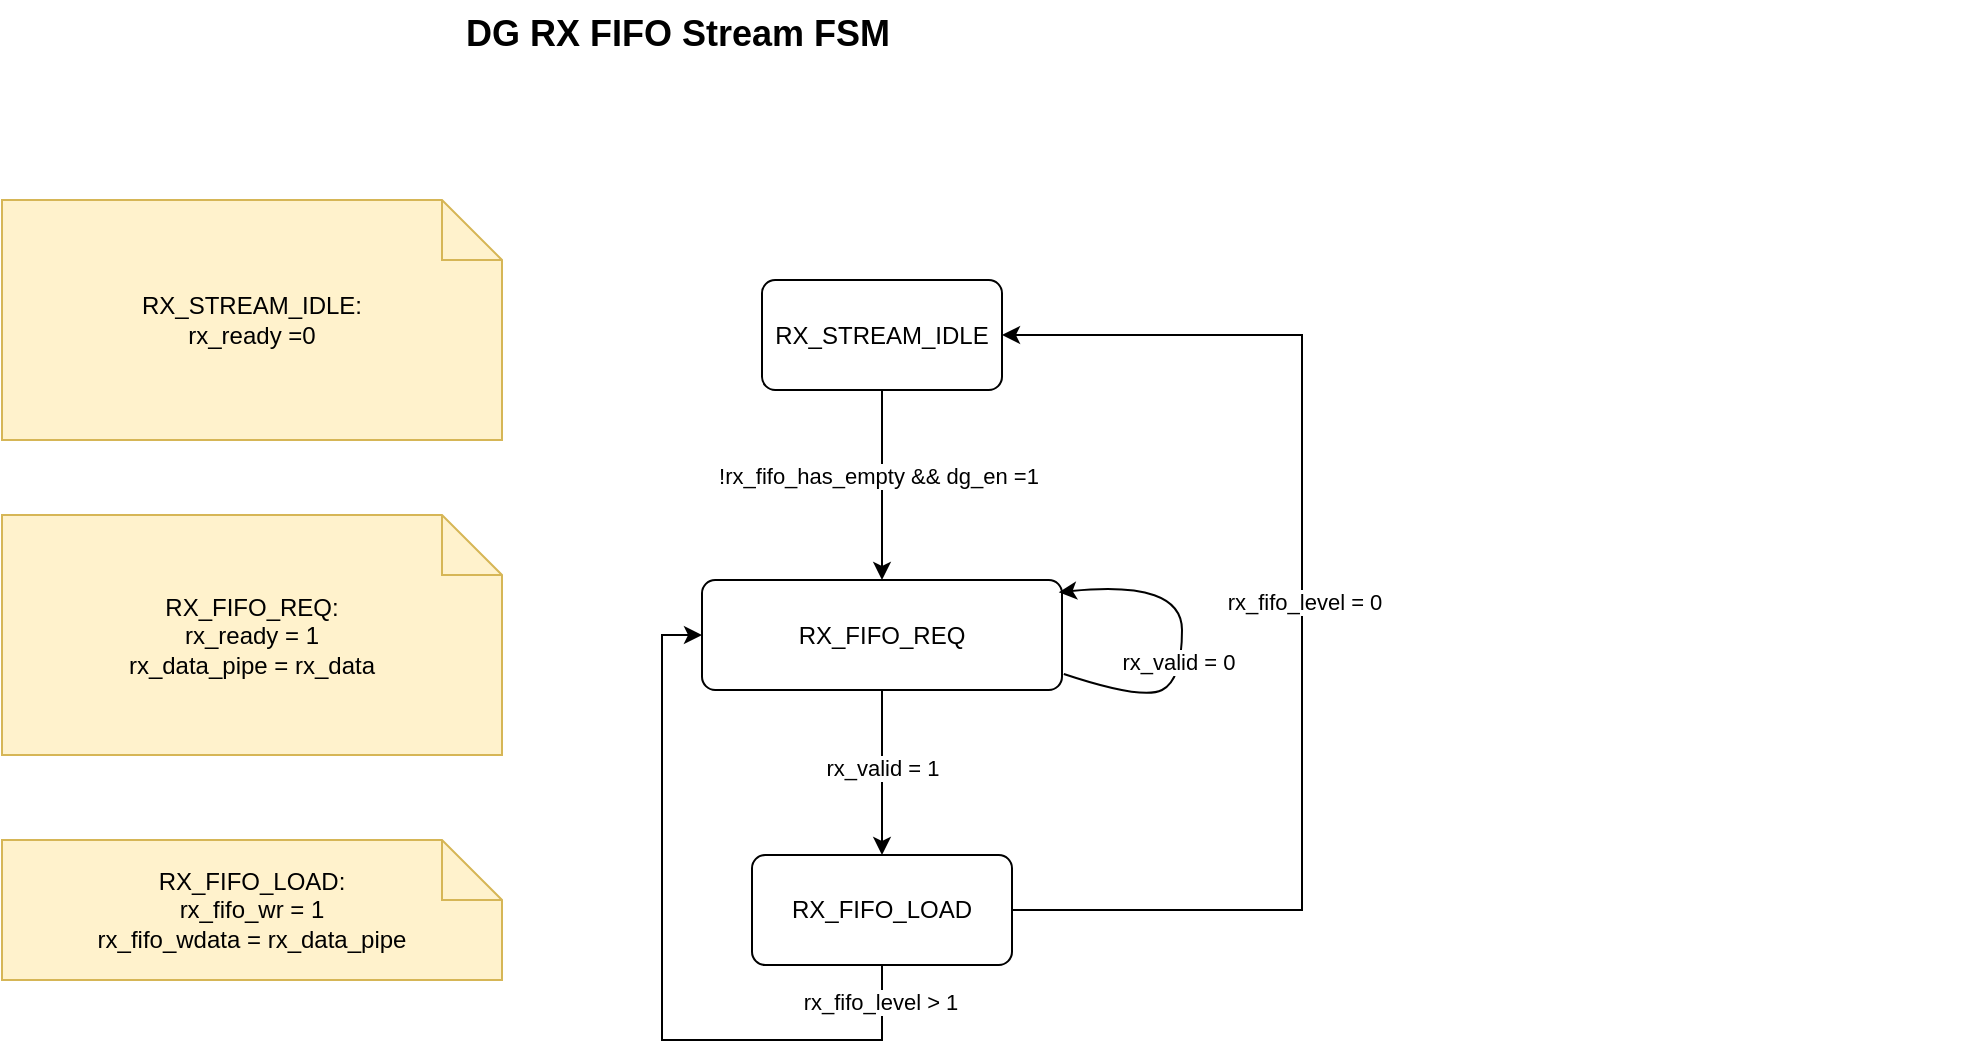
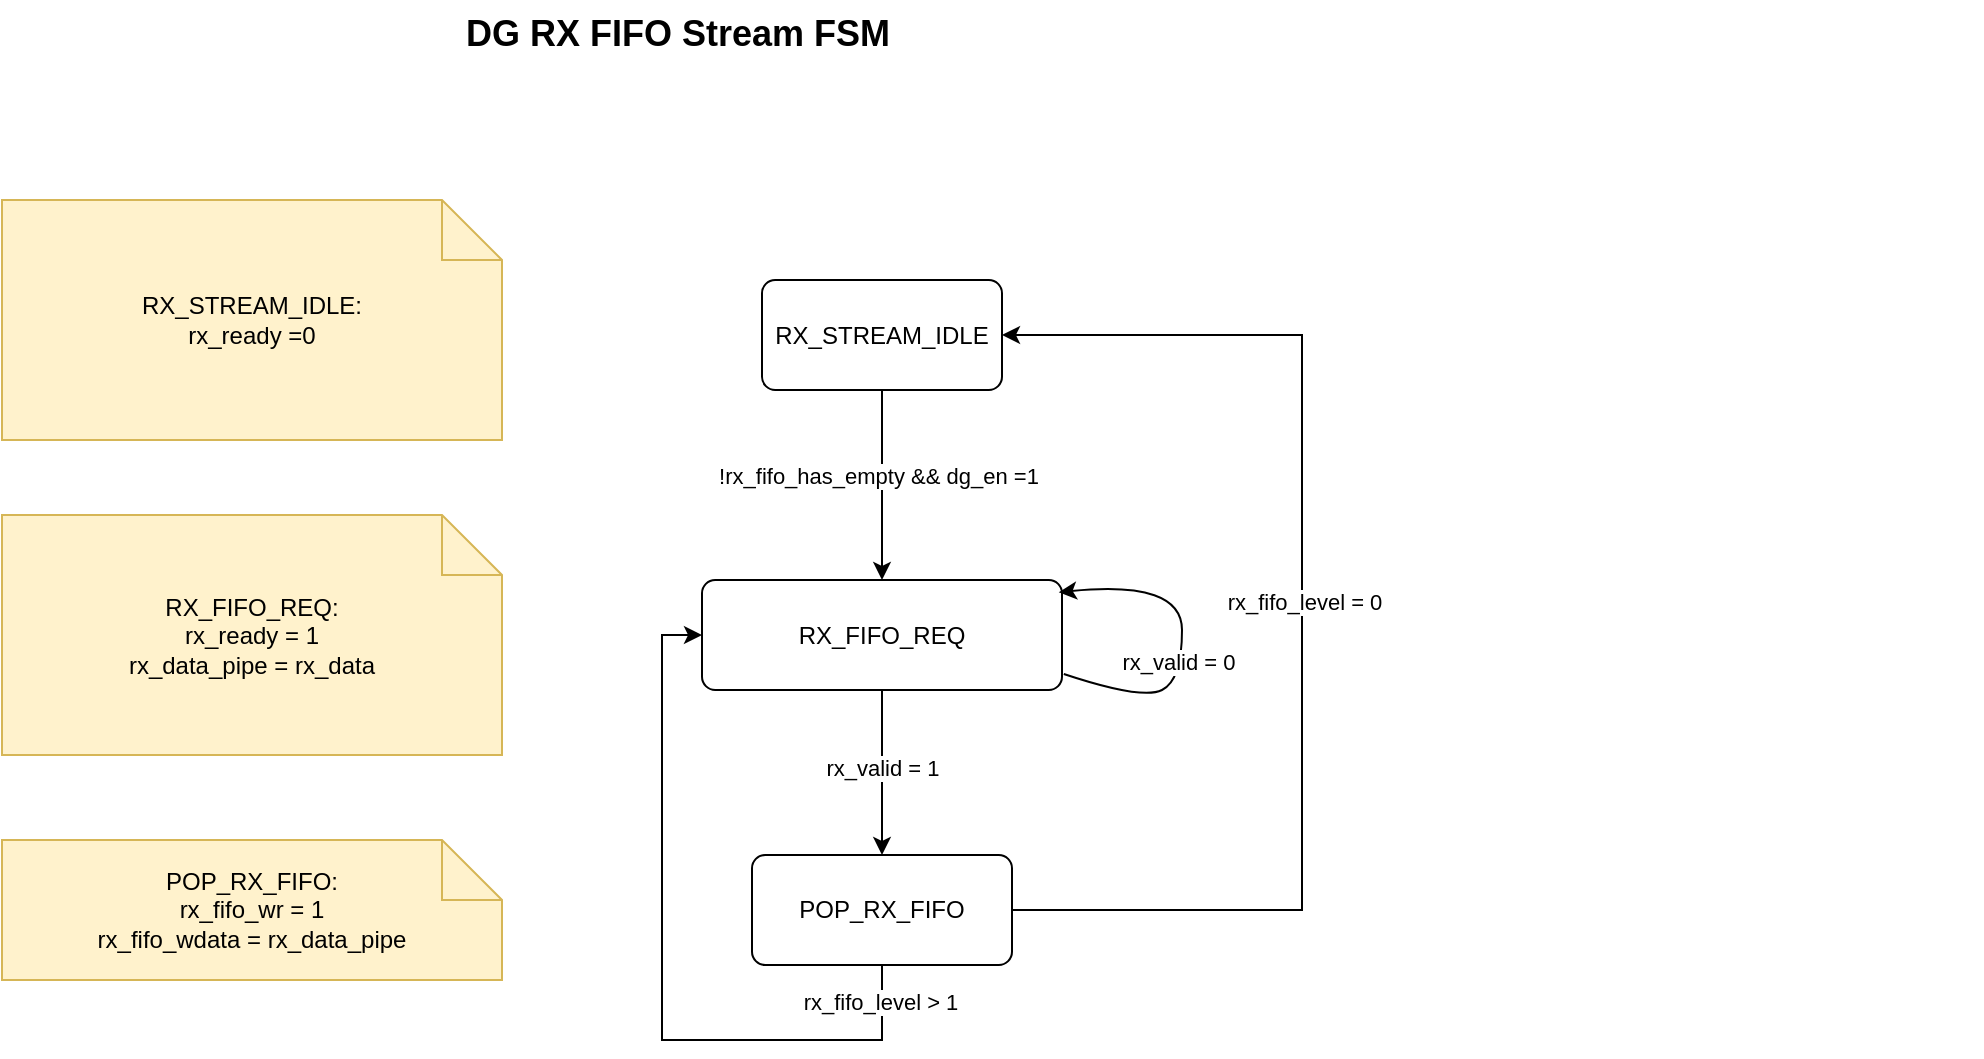
<mxfile host="app.diagrams.net">
  <diagram name="第 1 页" id="1fRNLwPgRf_CtldP1hrz">
    <mxGraphModel dx="-981" dy="380" grid="1" gridSize="10" guides="1" tooltips="1" connect="1" arrows="1" fold="1" page="1" pageScale="1" pageWidth="827" pageHeight="1169" math="0" shadow="0">
      <root>
        <mxCell id="0" />
        <mxCell id="1" parent="0" />
        <mxCell id="M1j7goV4bkzS5Lg1R7Bt-28" parent="1" style="text;html=1;strokeColor=none;fillColor=none;fontSize=18;fontStyle=1;" value="DG RX FIFO Stream FSM&amp;nbsp;&amp;nbsp;" vertex="1">
          <mxGeometry height="40" width="760" x="2040" y="130" as="geometry" />
        </mxCell>
        <mxCell id="M1j7goV4bkzS5Lg1R7Bt-29" parent="1" style="rounded=1;whiteSpace=wrap;html=1;arcSize=12;fillColor=#ffffff;strokeColor=#000000;" value="RX_STREAM_IDLE" vertex="1">
          <mxGeometry height="55" width="120" x="2190" y="270" as="geometry" />
        </mxCell>
        <mxCell id="M1j7goV4bkzS5Lg1R7Bt-30" parent="1" style="rounded=1;whiteSpace=wrap;html=1;arcSize=12;fillColor=#ffffff;strokeColor=#000000;" value="RX_FIFO_REQ" vertex="1">
          <mxGeometry height="55" width="180" x="2160" y="420" as="geometry" />
        </mxCell>
        <mxCell id="M1j7goV4bkzS5Lg1R7Bt-31" edge="1" parent="1" source="M1j7goV4bkzS5Lg1R7Bt-29" style="endArrow=classic;html=1;rounded=0;exitX=0.5;exitY=1;exitDx=0;exitDy=0;entryX=0.5;entryY=0;entryDx=0;entryDy=0;" target="M1j7goV4bkzS5Lg1R7Bt-30" value="">
          <mxGeometry height="50" relative="1" width="50" as="geometry">
            <mxPoint x="2270" y="390" as="sourcePoint" />
            <mxPoint x="2320" y="340" as="targetPoint" />
          </mxGeometry>
        </mxCell>
        <mxCell id="M1j7goV4bkzS5Lg1R7Bt-32" connectable="0" parent="M1j7goV4bkzS5Lg1R7Bt-31" style="edgeLabel;html=1;align=center;verticalAlign=middle;resizable=0;points=[];" value="!rx_fifo_has_empty &amp;amp;&amp;amp; dg_en =1" vertex="1">
          <mxGeometry relative="1" x="-0.0927" y="-2" as="geometry">
            <mxPoint as="offset" />
          </mxGeometry>
        </mxCell>
        <mxCell id="M1j7goV4bkzS5Lg1R7Bt-33" parent="1" style="shape=note;whiteSpace=wrap;html=1;fillColor=#fff2cc;strokeColor=#d6b656;" value="RX_FIFO_REQ:&lt;div&gt;r&lt;span style=&quot;background-color: transparent;&quot;&gt;x_ready = 1&lt;/span&gt;&lt;/div&gt;&lt;div&gt;&lt;span style=&quot;background-color: transparent;&quot;&gt;rx_data_pipe = rx_data&lt;/span&gt;&lt;/div&gt;" vertex="1">
          <mxGeometry height="120" width="250" x="1810" y="387.5" as="geometry" />
        </mxCell>
-         <mxCell id="M1j7goV4bkzS5Lg1R7Bt-34" parent="1" style="rounded=1;whiteSpace=wrap;html=1;arcSize=12;fillColor=#ffffff;strokeColor=#000000;" value="RX_FIFO_LOAD" vertex="1">
+         <mxCell id="M1j7goV4bkzS5Lg1R7Bt-34" parent="1" style="rounded=1;whiteSpace=wrap;html=1;arcSize=12;fillColor=#ffffff;strokeColor=#000000;" value="POP_RX_FIFO" vertex="1">
          <mxGeometry height="55" width="130" x="2185" y="557.5" as="geometry" />
        </mxCell>
        <mxCell id="M1j7goV4bkzS5Lg1R7Bt-35" edge="1" parent="1" source="M1j7goV4bkzS5Lg1R7Bt-30" style="endArrow=classic;html=1;rounded=0;exitX=0.5;exitY=1;exitDx=0;exitDy=0;entryX=0.5;entryY=0;entryDx=0;entryDy=0;" target="M1j7goV4bkzS5Lg1R7Bt-34" value="">
          <mxGeometry height="50" relative="1" width="50" as="geometry">
            <mxPoint x="2260" y="540" as="sourcePoint" />
            <mxPoint x="2310" y="490" as="targetPoint" />
          </mxGeometry>
        </mxCell>
        <mxCell id="M1j7goV4bkzS5Lg1R7Bt-36" connectable="0" parent="M1j7goV4bkzS5Lg1R7Bt-35" style="edgeLabel;html=1;align=center;verticalAlign=middle;resizable=0;points=[];" value="rx_valid = 1" vertex="1">
          <mxGeometry relative="1" x="-0.0537" as="geometry">
            <mxPoint as="offset" />
          </mxGeometry>
        </mxCell>
-         <mxCell id="M1j7goV4bkzS5Lg1R7Bt-37" parent="1" style="shape=note;whiteSpace=wrap;html=1;fillColor=#fff2cc;strokeColor=#d6b656;" value="RX_FIFO_LOAD:&lt;div&gt;rx_fifo_wr = 1&lt;/div&gt;&lt;div&gt;rx_fifo_wdata = rx_data_pipe&lt;/div&gt;" vertex="1">
+         <mxCell id="M1j7goV4bkzS5Lg1R7Bt-37" parent="1" style="shape=note;whiteSpace=wrap;html=1;fillColor=#fff2cc;strokeColor=#d6b656;" value="POP_RX_FIFO:&lt;div&gt;rx_fifo_wr = 1&lt;/div&gt;&lt;div&gt;rx_fifo_wdata = rx_data_pipe&lt;/div&gt;" vertex="1">
          <mxGeometry height="70" width="250" x="1810" y="550" as="geometry" />
        </mxCell>
        <mxCell id="M1j7goV4bkzS5Lg1R7Bt-38" parent="1" style="shape=note;whiteSpace=wrap;html=1;fillColor=#fff2cc;strokeColor=#d6b656;" value="RX_STREAM_IDLE:&lt;div&gt;rx_ready =0&lt;/div&gt;" vertex="1">
          <mxGeometry height="120" width="250" x="1810" y="230" as="geometry" />
        </mxCell>
        <mxCell id="M1j7goV4bkzS5Lg1R7Bt-39" edge="1" parent="1" source="M1j7goV4bkzS5Lg1R7Bt-34" style="endArrow=classic;html=1;rounded=0;exitX=0.5;exitY=1;exitDx=0;exitDy=0;entryX=0;entryY=0.5;entryDx=0;entryDy=0;edgeStyle=orthogonalEdgeStyle;" target="M1j7goV4bkzS5Lg1R7Bt-30" value="">
          <mxGeometry height="50" relative="1" width="50" as="geometry">
            <Array as="points">
              <mxPoint x="2250" y="650" />
              <mxPoint x="2140" y="650" />
              <mxPoint x="2140" y="448" />
            </Array>
            <mxPoint x="2440" y="550" as="sourcePoint" />
            <mxPoint x="2490" y="500" as="targetPoint" />
          </mxGeometry>
        </mxCell>
        <mxCell id="M1j7goV4bkzS5Lg1R7Bt-40" connectable="0" parent="M1j7goV4bkzS5Lg1R7Bt-39" style="edgeLabel;html=1;align=center;verticalAlign=middle;resizable=0;points=[];" value="rx_fifo_level &amp;gt; 1" vertex="1">
          <mxGeometry relative="1" x="-0.9016" y="-1" as="geometry">
            <mxPoint as="offset" />
          </mxGeometry>
        </mxCell>
        <mxCell id="M1j7goV4bkzS5Lg1R7Bt-41" edge="1" parent="1" source="M1j7goV4bkzS5Lg1R7Bt-34" style="endArrow=classic;html=1;rounded=0;exitX=1;exitY=0.5;exitDx=0;exitDy=0;entryX=1;entryY=0.5;entryDx=0;entryDy=0;edgeStyle=orthogonalEdgeStyle;" target="M1j7goV4bkzS5Lg1R7Bt-29" value="">
          <mxGeometry height="50" relative="1" width="50" as="geometry">
            <Array as="points">
              <mxPoint x="2460" y="585" />
              <mxPoint x="2460" y="298" />
            </Array>
            <mxPoint x="2400" y="580" as="sourcePoint" />
            <mxPoint x="2450" y="530" as="targetPoint" />
          </mxGeometry>
        </mxCell>
        <mxCell id="M1j7goV4bkzS5Lg1R7Bt-42" connectable="0" parent="M1j7goV4bkzS5Lg1R7Bt-41" style="edgeLabel;html=1;align=center;verticalAlign=middle;resizable=0;points=[];" value="rx_fifo_level = 0" vertex="1">
          <mxGeometry relative="1" x="0.0267" y="-1" as="geometry">
            <mxPoint as="offset" />
          </mxGeometry>
        </mxCell>
        <mxCell id="M1j7goV4bkzS5Lg1R7Bt-55" edge="1" parent="1" source="M1j7goV4bkzS5Lg1R7Bt-30" style="curved=1;endArrow=classic;html=1;rounded=0;entryX=0.991;entryY=0.112;entryDx=0;entryDy=0;exitX=1.005;exitY=0.854;exitDx=0;exitDy=0;exitPerimeter=0;entryPerimeter=0;" target="M1j7goV4bkzS5Lg1R7Bt-30" value="">
          <mxGeometry height="50" relative="1" width="50" as="geometry">
            <Array as="points">
              <mxPoint x="2380" y="480" />
              <mxPoint x="2400" y="470" />
              <mxPoint x="2400" y="420" />
            </Array>
            <mxPoint x="2350" y="540" as="sourcePoint" />
            <mxPoint x="2400" y="490" as="targetPoint" />
          </mxGeometry>
        </mxCell>
        <mxCell id="M1j7goV4bkzS5Lg1R7Bt-56" connectable="0" parent="M1j7goV4bkzS5Lg1R7Bt-55" style="edgeLabel;html=1;align=center;verticalAlign=middle;resizable=0;points=[];" value="rx_valid = 0" vertex="1">
          <mxGeometry relative="1" x="-0.1698" y="2" as="geometry">
            <mxPoint as="offset" />
          </mxGeometry>
        </mxCell>
      </root>
    </mxGraphModel>
  </diagram>
</mxfile>
